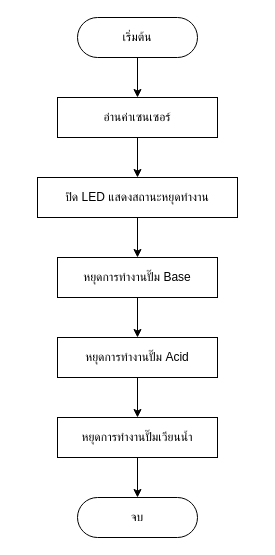
Before: page "stop worker" (4 of 7) of flowcharts/hardware.drawio in thestampr/pHConditioner, a draw.io diagram. Source tidied: cells renumbered, new cells numbered last; positions are measured from the earlier drawing's top-left corner, leaving out a move shared by most shapes. Both pictures are drawn from the tidied source at 100%, with x=0, y=0 at pixel (37, 17).
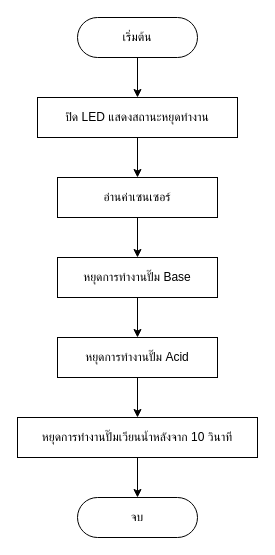
After the change.

The edit, as a diff of the source:
```diff
@@
 <mxGraphModel background="#ffffff">
   <root>
     <mxCell id="0" />
     <mxCell id="1" parent="0" />
     <mxCell id="2" style="edgeStyle=none;html=1;strokeColor=#000000;fontColor=#000000;endArrow=classic;endFill=1;" parent="1" edge="1" source="3" target="5">
       <mxGeometry relative="1" as="geometry" />
     </mxCell>
     <mxCell id="3" value="หยุดการทำงานปั๊ม Base" style="whiteSpace=wrap;html=1;rounded=0;labelBackgroundColor=none;comic=0;strokeColor=#000000;fontColor=#000000;fillColor=none;" parent="1" vertex="1">
       <mxGeometry x="20" y="240" width="160" height="40" as="geometry" />
     </mxCell>
     <mxCell id="4" style="edgeStyle=none;html=1;strokeColor=#000000;fontColor=#000000;endArrow=classic;endFill=1;" parent="1" edge="1" source="5" target="7">
       <mxGeometry relative="1" as="geometry" />
     </mxCell>
     <mxCell id="5" value="หยุดการทำงานปั๊ม Acid" style="whiteSpace=wrap;html=1;rounded=0;labelBackgroundColor=none;comic=0;strokeColor=#000000;fontColor=#000000;fillColor=none;" parent="1" vertex="1">
       <mxGeometry x="20" y="320" width="160" height="40" as="geometry" />
     </mxCell>
     <mxCell id="6" style="edgeStyle=none;html=1;strokeColor=#000000;fontColor=#000000;endArrow=classic;endFill=1;" parent="1" edge="1" source="7" target="11">
       <mxGeometry relative="1" as="geometry" />
     </mxCell>
-    <mxCell id="7" value="หยุดการทำงานปั๊มเวียนน้ำ" style="whiteSpace=wrap;html=1;rounded=0;labelBackgroundColor=none;comic=0;strokeColor=#000000;fontColor=#000000;fillColor=none;" parent="1" vertex="1">
-      <mxGeometry x="20" y="400" width="160" height="40" as="geometry" />
+    <mxCell id="7" value="หยุดการทำงานปั๊มเวียนน้ำหลังจาก 10 วินาที" style="whiteSpace=wrap;html=1;rounded=0;labelBackgroundColor=none;comic=0;strokeColor=#000000;fontColor=#000000;fillColor=none;" parent="1" vertex="1">
+      <mxGeometry x="-20" y="400" width="240" height="40" as="geometry" />
     </mxCell>
-    <mxCell id="8" style="edgeStyle=none;html=1;strokeColor=#000000;fontColor=#000000;endArrow=classic;endFill=1;entryX=0.5;entryY=0;entryDx=0;entryDy=0;" parent="1" edge="1" target="13">
+    <mxCell id="8" style="edgeStyle=none;html=1;strokeColor=#000000;fontColor=#000000;endArrow=classic;endFill=1;entryX=0.5;entryY=0;entryDx=0;entryDy=0;" parent="1" edge="1" target="10">
       <mxGeometry relative="1" as="geometry">
         <mxPoint x="100" y="40" as="sourcePoint" />
       </mxGeometry>
     </mxCell>
-    <mxCell id="9" style="edgeStyle=none;html=1;strokeColor=#000000;fontColor=#000000;endArrow=classic;endFill=1;" parent="1" edge="1" source="10" target="3">
+    <mxCell id="9" style="edgeStyle=none;html=1;strokeColor=#000000;fontColor=#000000;endArrow=classic;endFill=1;exitX=0.5;exitY=1;exitDx=0;exitDy=0;" parent="1" edge="1" source="13" target="3">
       <mxGeometry relative="1" as="geometry" />
     </mxCell>
+    <mxCell id="15" style="edgeStyle=none;html=1;strokeColor=#000000;" parent="1" edge="1" source="10" target="13">
+      <mxGeometry relative="1" as="geometry" />
+    </mxCell>
     <mxCell id="10" value="ปิด LED แสดงสถานะหยุดทำงาน" style="whiteSpace=wrap;html=1;fillColor=none;strokeColor=#000000;fontColor=#000000;rounded=0;labelBackgroundColor=none;comic=0;" parent="1" vertex="1">
-      <mxGeometry y="160" width="200" height="40" as="geometry" />
+      <mxGeometry y="80" width="200" height="40" as="geometry" />
     </mxCell>
     <mxCell id="11" value="จบ" style="rounded=1;whiteSpace=wrap;html=1;fontSize=12;glass=0;strokeWidth=1;shadow=0;arcSize=50;fillColor=none;strokeColor=#000000;fontColor=#000000;" parent="1" vertex="1">
       <mxGeometry x="40" y="480" width="120" height="40" as="geometry" />
     </mxCell>
-    <mxCell id="12" style="edgeStyle=none;html=1;strokeColor=#000000;strokeWidth=1;" parent="1" edge="1" source="13" target="10">
-      <mxGeometry relative="1" as="geometry" />
-    </mxCell>
     <mxCell id="13" value="อ่านค่าเซนเซอร์" style="whiteSpace=wrap;html=1;rounded=0;labelBackgroundColor=none;comic=0;strokeColor=#000000;fontColor=#000000;fillColor=none;" parent="1" vertex="1">
-      <mxGeometry x="20" y="80" width="160" height="40" as="geometry" />
+      <mxGeometry x="20" y="160" width="160" height="40" as="geometry" />
     </mxCell>
     <mxCell id="14" value="เริ่มต้น" style="rounded=1;whiteSpace=wrap;html=1;fontSize=12;glass=0;strokeWidth=1;shadow=0;arcSize=50;fillColor=none;strokeColor=#000000;fontColor=#000000;" parent="1" vertex="1">
       <mxGeometry x="40" width="120" height="40" as="geometry" />
     </mxCell>
   </root>
 </mxGraphModel>
```
